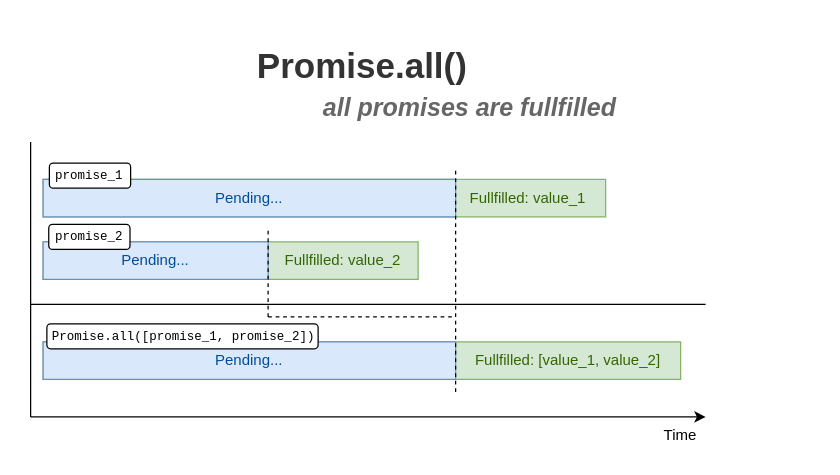
Before: content/posts/143-promise-all-settled/diagrams/diagram.drawio in panzerdp/dmitripavlutin.com, a draw.io diagram. Source tidied: cells renumbered, new cells numbered last; positions are measured from the earlier drawing's top-left corner, leaving out a move shared by most shapes. Both pictures are drawn from the tidied source at 125%, with x=0, y=0 at pixel (30, 21).
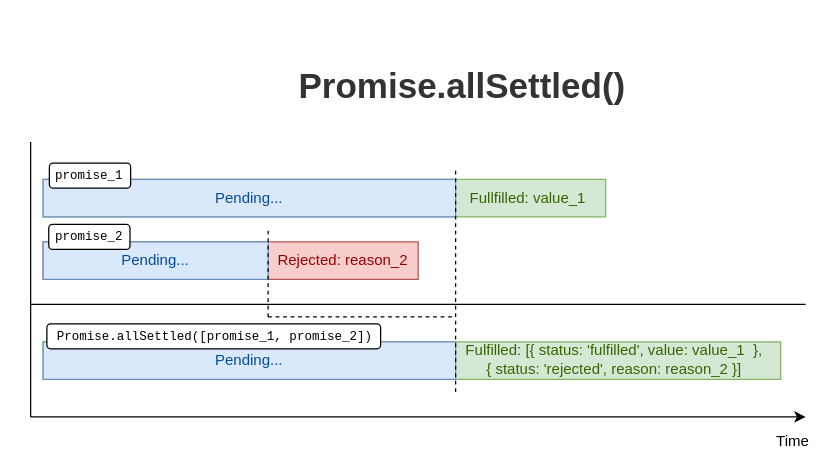
After the change.

Change to the diagram source:
```diff
@@
-    <mxCell id="3" style="rounded=0;whiteSpace=wrap;html=1;fillColor=#d5e8d4;strokeColor=#82b366;" parent="1" vertex="1">
+    <mxCell id="3" style="rounded=0;whiteSpace=wrap;html=1;fillColor=#f8cecc;strokeColor=#b85450;" parent="1" vertex="1">
       <mxGeometry x="10" y="176" width="300" height="30" as="geometry" />
     </mxCell>
-    <mxCell id="4" value="Promise.all()" style="text;strokeColor=none;fillColor=none;html=1;fontSize=28;fontStyle=1;verticalAlign=middle;align=center;fontColor=#333333;" parent="1" vertex="1">
-      <mxGeometry x="150" width="230" height="70" as="geometry" />
+    <mxCell id="4" value="Promise.allSettled()" style="text;strokeColor=none;fillColor=none;html=1;fontSize=28;fontStyle=1;verticalAlign=middle;align=center;fontColor=#333333;" parent="1" vertex="1">
+      <mxGeometry x="230" y="16" width="230" height="70" as="geometry" />
     </mxCell>
     <mxCell id="5" style="endArrow=classic;html=1;" parent="1" edge="1">
       <mxGeometry relative="1" as="geometry">
         <mxPoint y="316" as="sourcePoint" />
-        <mxPoint x="540" y="316" as="targetPoint" />
+        <mxPoint x="620" y="316" as="targetPoint" />
       </mxGeometry>
     </mxCell>
@@
     <mxCell id="7" value="Time" style="text;html=1;strokeColor=none;fillColor=none;align=center;verticalAlign=middle;whiteSpace=wrap;rounded=0;" parent="1" vertex="1">
-      <mxGeometry x="500" y="321" width="40" height="20" as="geometry" />
+      <mxGeometry x="590" y="326" width="40" height="20" as="geometry" />
     </mxCell>
     <mxCell id="8" style="endArrow=none;html=1;" parent="1" edge="1">
       <mxGeometry relative="1" as="geometry">
         <mxPoint y="226" as="sourcePoint" />
-        <mxPoint x="540" y="226" as="targetPoint" />
+        <mxPoint x="620" y="226" as="targetPoint" />
       </mxGeometry>
     </mxCell>
@@
-    <mxCell id="13" value="Fullfilled: value_2" style="text;html=1;strokeColor=none;fillColor=none;align=center;verticalAlign=middle;whiteSpace=wrap;rounded=0;fontColor=#336600;" parent="1" vertex="1">
+    <mxCell id="13" value="Rejected: reason_2" style="text;html=1;strokeColor=none;fillColor=none;align=center;verticalAlign=middle;whiteSpace=wrap;rounded=0;fontColor=#990000;" parent="1" vertex="1">
       <mxGeometry x="185" y="181" width="130" height="20" as="geometry" />
     </mxCell>
@@
     <mxCell id="15" style="rounded=0;whiteSpace=wrap;html=1;fillColor=#d5e8d4;strokeColor=#82b366;" parent="1" vertex="1">
-      <mxGeometry x="10" y="256" width="510" height="30" as="geometry" />
+      <mxGeometry x="10" y="256" width="590" height="30" as="geometry" />
     </mxCell>
@@
-    <mxCell id="18" value="Fullfilled: [value_1, value_2]" style="text;html=1;strokeColor=none;fillColor=none;align=center;verticalAlign=middle;whiteSpace=wrap;rounded=0;fontColor=#336600;" parent="1" vertex="1">
-      <mxGeometry x="350" y="261" width="160" height="20" as="geometry" />
+    <mxCell id="18" value="Fulfilled: [{ status: 'fulfilled', value: value_1&amp;nbsp; },&lt;br&gt;{ status: 'rejected', reason: reason_2 }]" style="text;html=1;strokeColor=none;fillColor=none;align=center;verticalAlign=middle;whiteSpace=wrap;rounded=0;fontColor=#336600;" parent="1" vertex="1">
+      <mxGeometry x="322" y="250" width="290" height="40" as="geometry" />
     </mxCell>
@@
     <mxCell id="22" style="rounded=1;whiteSpace=wrap;html=1;labelBackgroundColor=#ffffff;fontFamily=Courier New;fontSize=23;fontColor=#666666;align=left;" parent="1" vertex="1">
-      <mxGeometry x="13" y="241.5" width="217" height="20" as="geometry" />
+      <mxGeometry x="13" y="241.5" width="267" height="20" as="geometry" />
     </mxCell>
-    <mxCell id="23" value="Promise.all([promise_1, promise_2])" style="text;html=1;strokeColor=none;fillColor=none;align=center;verticalAlign=middle;whiteSpace=wrap;rounded=0;fontSize=10;fontFamily=Courier New;" parent="1" vertex="1">
-      <mxGeometry x="15" y="241.5" width="215" height="20" as="geometry" />
+    <mxCell id="23" value="Promise.allSettled([promise_1, promise_2])" style="text;html=1;strokeColor=none;fillColor=none;align=center;verticalAlign=middle;whiteSpace=wrap;rounded=0;fontSize=10;fontFamily=Courier New;" parent="1" vertex="1">
+      <mxGeometry x="20" y="241.5" width="255" height="20" as="geometry" />
     </mxCell>
@@
-    <mxCell id="26" value="all promises are fullfilled" style="text;strokeColor=none;fillColor=none;html=1;fontSize=20;fontStyle=3;verticalAlign=middle;align=center;fontColor=#666666;" parent="1" vertex="1">
-      <mxGeometry x="236" y="33" width="230" height="70" as="geometry" />
-    </mxCell>
```
